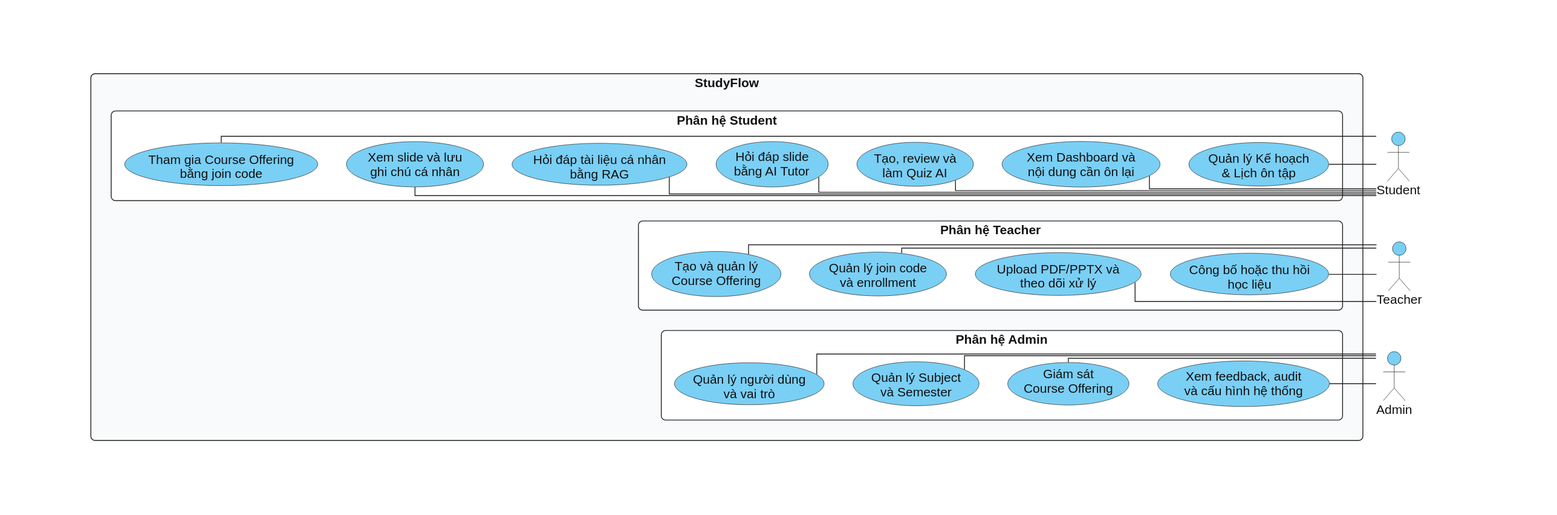
bch7504/DATN keeps this PlantUML diagram as docs/diagrams/chuong-2/use-case-01-tong-quat.svg. Above is the earlier version. Its diagram source:
```plantuml
@startuml
skinparam defaultFontColor #111111
skinparam ArrowColor #222222
skinparam ActorBackgroundColor #7ACFF5
skinparam ActorBorderColor #222222
skinparam NoteBackgroundColor #FFF9D9
skinparam NoteBorderColor #555555
skinparam RectangleBackgroundColor white
skinparam RectangleBorderColor #222222
skinparam UsecaseBackgroundColor #7ACFF5
skinparam UsecaseBorderColor #222222
skinparam shadowing false
skinparam linetype ortho
skinparam backgroundColor white
skinparam defaultFontName Arial
skinparam defaultFontSize 15
skinparam packageStyle rectangle
skinparam roundcorner 10
skinparam nodesep 34
skinparam ranksep 42
top to bottom direction

actor Student
actor Teacher
actor Admin
Student -[hidden]down-> Teacher
Teacher -[hidden]down-> Admin

rectangle "StudyFlow" #F8FAFC {
  rectangle "Phân hệ Student" #FFFFFF {
    usecase "Tham gia Course Offering\nbằng join code" as S1
    usecase "Xem slide và lưu\nghi chú cá nhân" as S2
    usecase "Hỏi đáp tài liệu cá nhân\nbằng RAG" as S3
    usecase "Hỏi đáp slide\nbằng AI Tutor" as S4
    usecase "Tạo, review và\nlàm Quiz AI" as S5
    usecase "Xem Dashboard và\nnội dung cần ôn lại" as S6
    usecase "Quản lý Kế hoạch\n& Lịch ôn tập" as S7
    S1 -[hidden]right-> S2
    S2 -[hidden]right-> S3
    S3 -[hidden]right-> S4
    S4 -[hidden]right-> S5
    S5 -[hidden]right-> S6
    S6 -[hidden]right-> S7
  }

  rectangle "Phân hệ Teacher" #FFFFFF {
    usecase "Tạo và quản lý\nCourse Offering" as T1
    usecase "Quản lý join code\nvà enrollment" as T2
    usecase "Upload PDF/PPTX và\ntheo dõi xử lý" as T3
    usecase "Công bố hoặc thu hồi\nhọc liệu" as T4
    T1 -[hidden]right-> T2
    T2 -[hidden]right-> T3
    T3 -[hidden]right-> T4
  }

  rectangle "Phân hệ Admin" #FFFFFF {
    usecase "Quản lý người dùng\nvà vai trò" as A1
    usecase "Quản lý Subject\nvà Semester" as A2
    usecase "Giám sát\nCourse Offering" as A3
    usecase "Xem feedback, audit\nvà cấu hình hệ thống" as A4
    A1 -[hidden]right-> A2
    A2 -[hidden]right-> A3
    A3 -[hidden]right-> A4
  }

  S1 -[hidden]down-> T1
  T1 -[hidden]down-> A1
}

Student -right- S1
Student -right- S2
Student -right- S3
Student -right- S4
Student -right- S5
Student -right- S6
Student -right- S7

Teacher -right- T1
Teacher -right- T2
Teacher -right- T3
Teacher -right- T4

Admin -right- A1
Admin -right- A2
Admin -right- A3
Admin -right- A4
@enduml
```
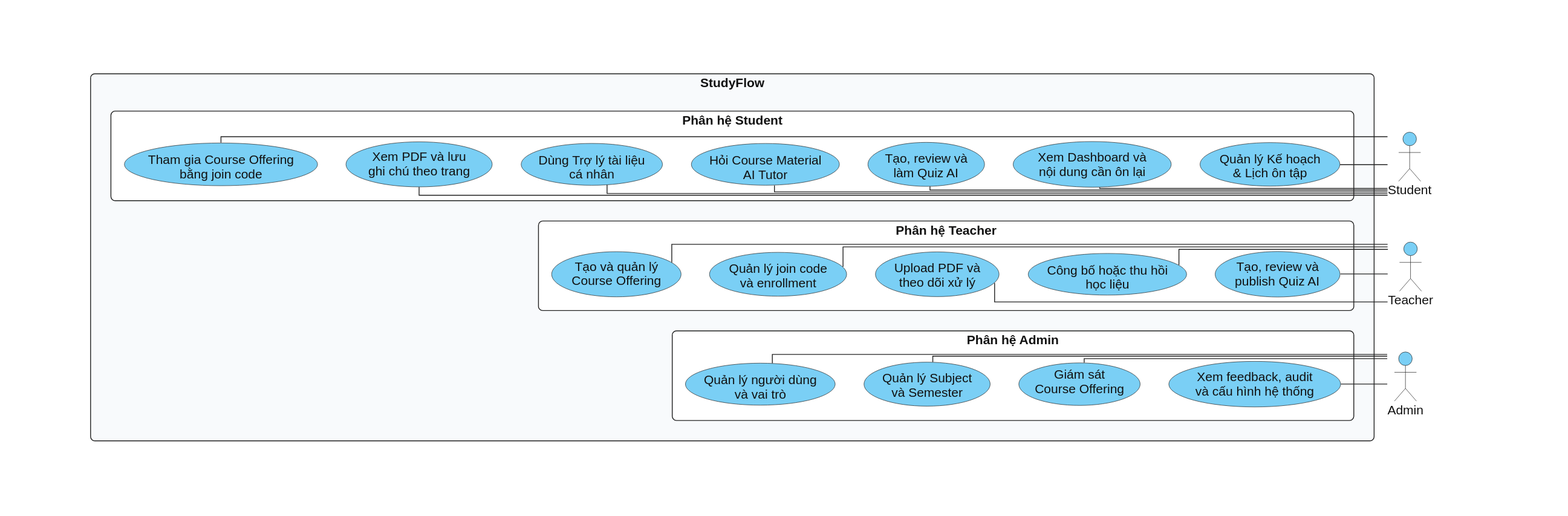
The same file after the commit.

The edit, as a diff of the source:
```diff
@@ -29,9 +29,9 @@
 rectangle "StudyFlow" #F8FAFC {
   rectangle "Phân hệ Student" #FFFFFF {
     usecase "Tham gia Course Offering\nbằng join code" as S1
-    usecase "Xem slide và lưu\nghi chú cá nhân" as S2
-    usecase "Hỏi đáp tài liệu cá nhân\nbằng RAG" as S3
-    usecase "Hỏi đáp slide\nbằng AI Tutor" as S4
+    usecase "Xem PDF và lưu\nghi chú theo trang" as S2
+    usecase "Dùng Trợ lý tài liệu\ncá nhân" as S3
+    usecase "Hỏi Course Material\nAI Tutor" as S4
     usecase "Tạo, review và\nlàm Quiz AI" as S5
     usecase "Xem Dashboard và\nnội dung cần ôn lại" as S6
     usecase "Quản lý Kế hoạch\n& Lịch ôn tập" as S7
@@ -46,11 +46,13 @@
   rectangle "Phân hệ Teacher" #FFFFFF {
     usecase "Tạo và quản lý\nCourse Offering" as T1
     usecase "Quản lý join code\nvà enrollment" as T2
-    usecase "Upload PDF/PPTX và\ntheo dõi xử lý" as T3
+    usecase "Upload PDF và\ntheo dõi xử lý" as T3
     usecase "Công bố hoặc thu hồi\nhọc liệu" as T4
+    usecase "Tạo, review và\npublish Quiz AI" as T5
     T1 -[hidden]right-> T2
     T2 -[hidden]right-> T3
     T3 -[hidden]right-> T4
+    T4 -[hidden]right-> T5
   }
 
   rectangle "Phân hệ Admin" #FFFFFF {
@@ -79,6 +81,7 @@
 Teacher -right- T2
 Teacher -right- T3
 Teacher -right- T4
+Teacher -right- T5
 
 Admin -right- A1
 Admin -right- A2
```
